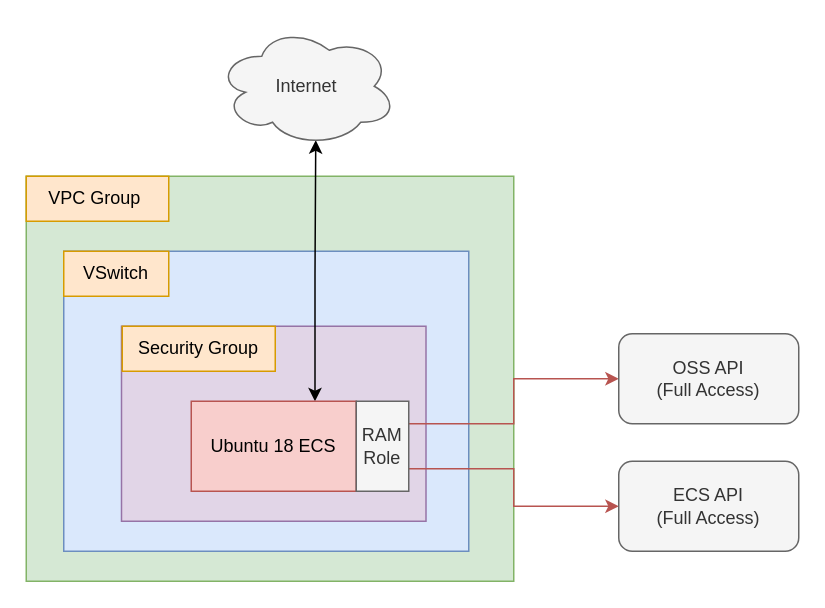
Above: abc/ram-demo/diagrams/ram_example.drawio in claytonbrown/terraformExamples (draw.io), before the change. Source tidied: cells renumbered, new cells numbered last; positions are measured from the earlier drawing's top-left corner, leaving out a move shared by most shapes. Both pictures are drawn from the tidied source at 150%, with x=0, y=0 at pixel (26, 26).
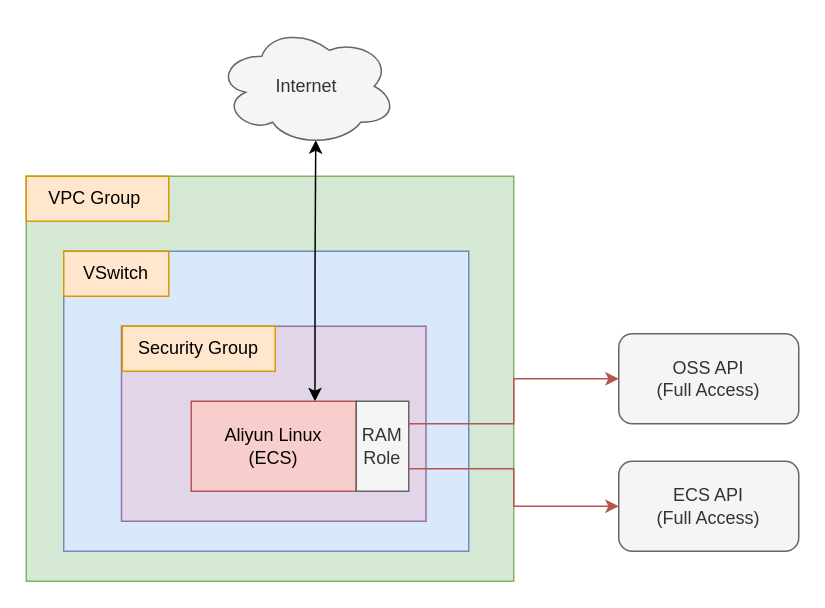
After the change.

Commit message (it also covers changes not shown here):
Updated README title and fixed architecture diagram to reflect use of Aliyun Linux over Ubuntu

Change to the diagram source:
```diff
@@
 <mxGraphModel>
   <root>
     <mxCell id="0" />
     <mxCell id="1" parent="0" />
     <mxCell id="2" style="rounded=0;whiteSpace=wrap;html=1;fillColor=#d5e8d4;strokeColor=#82b366;" parent="1" vertex="1">
       <mxGeometry y="100" width="325" height="270" as="geometry" />
     </mxCell>
     <mxCell id="3" value="VPC Group&amp;nbsp;" style="rounded=0;whiteSpace=wrap;html=1;fillColor=#ffe6cc;strokeColor=#d79b00;" parent="1" vertex="1">
       <mxGeometry y="100" width="95" height="30" as="geometry" />
     </mxCell>
     <mxCell id="4" style="rounded=0;whiteSpace=wrap;html=1;fillColor=#dae8fc;strokeColor=#6c8ebf;" parent="1" vertex="1">
       <mxGeometry x="25" y="150" width="270" height="200" as="geometry" />
     </mxCell>
     <mxCell id="5" style="rounded=0;whiteSpace=wrap;html=1;fillColor=#e1d5e7;strokeColor=#9673a6;" parent="1" vertex="1">
       <mxGeometry x="63.5" y="200" width="203" height="130" as="geometry" />
     </mxCell>
     <mxCell id="6" style="edgeStyle=orthogonalEdgeStyle;rounded=0;jettySize=auto;html=1;exitX=0.75;exitY=0;exitDx=0;exitDy=0;entryX=0.55;entryY=0.95;entryDx=0;entryDy=0;entryPerimeter=0;startArrow=classic;startFill=1;" parent="1" edge="1" source="7" target="10">
       <mxGeometry relative="1" as="geometry" />
     </mxCell>
-    <mxCell id="7" value="Ubuntu 18 ECS" style="rounded=0;whiteSpace=wrap;html=1;fillColor=#f8cecc;strokeColor=#b85450;" parent="1" vertex="1">
+    <mxCell id="7" value="Aliyun Linux&lt;br&gt;(ECS)" style="rounded=0;whiteSpace=wrap;html=1;fillColor=#f8cecc;strokeColor=#b85450;" parent="1" vertex="1">
       <mxGeometry x="110" y="250" width="110" height="60" as="geometry" />
     </mxCell>
     <mxCell id="8" value="Security Group" style="rounded=0;whiteSpace=wrap;html=1;fillColor=#ffe6cc;strokeColor=#d79b00;" parent="1" vertex="1">
       <mxGeometry x="64" y="200" width="102" height="30" as="geometry" />
     </mxCell>
     <mxCell id="9" value="VSwitch" style="rounded=0;whiteSpace=wrap;html=1;fillColor=#ffe6cc;strokeColor=#d79b00;" parent="1" vertex="1">
       <mxGeometry x="25" y="150" width="70" height="30" as="geometry" />
     </mxCell>
     <mxCell id="10" value="Internet" style="ellipse;shape=cloud;whiteSpace=wrap;html=1;fillColor=#f5f5f5;strokeColor=#666666;fontColor=#333333;" parent="1" vertex="1">
       <mxGeometry x="127" width="120" height="80" as="geometry" />
     </mxCell>
     <mxCell id="11" style="edgeStyle=orthogonalEdgeStyle;rounded=0;jettySize=auto;html=1;exitX=1;exitY=0.25;exitDx=0;exitDy=0;entryX=0;entryY=0.5;entryDx=0;entryDy=0;fillColor=#f8cecc;strokeColor=#b85450;" parent="1" edge="1" source="13" target="14">
       <mxGeometry relative="1" as="geometry" />
     </mxCell>
     <mxCell id="12" style="edgeStyle=orthogonalEdgeStyle;rounded=0;jettySize=auto;html=1;exitX=1;exitY=0.75;exitDx=0;exitDy=0;fillColor=#f8cecc;strokeColor=#b85450;" parent="1" edge="1" source="13" target="15">
       <mxGeometry relative="1" as="geometry" />
     </mxCell>
     <mxCell id="13" value="RAM Role" style="rounded=0;whiteSpace=wrap;html=1;fillColor=#f5f5f5;strokeColor=#666666;fontColor=#333333;" parent="1" vertex="1">
       <mxGeometry x="220" y="250" width="35" height="60" as="geometry" />
     </mxCell>
     <mxCell id="14" value="OSS API&lt;br&gt;(Full Access)" style="rounded=1;whiteSpace=wrap;html=1;fillColor=#f5f5f5;strokeColor=#666666;fontColor=#333333;" parent="1" vertex="1">
       <mxGeometry x="395" y="205" width="120" height="60" as="geometry" />
     </mxCell>
     <mxCell id="15" value="ECS API&lt;br&gt;(Full Access)" style="rounded=1;whiteSpace=wrap;html=1;fillColor=#f5f5f5;strokeColor=#666666;fontColor=#333333;" parent="1" vertex="1">
       <mxGeometry x="395" y="290" width="120" height="60" as="geometry" />
     </mxCell>
   </root>
 </mxGraphModel>
```
